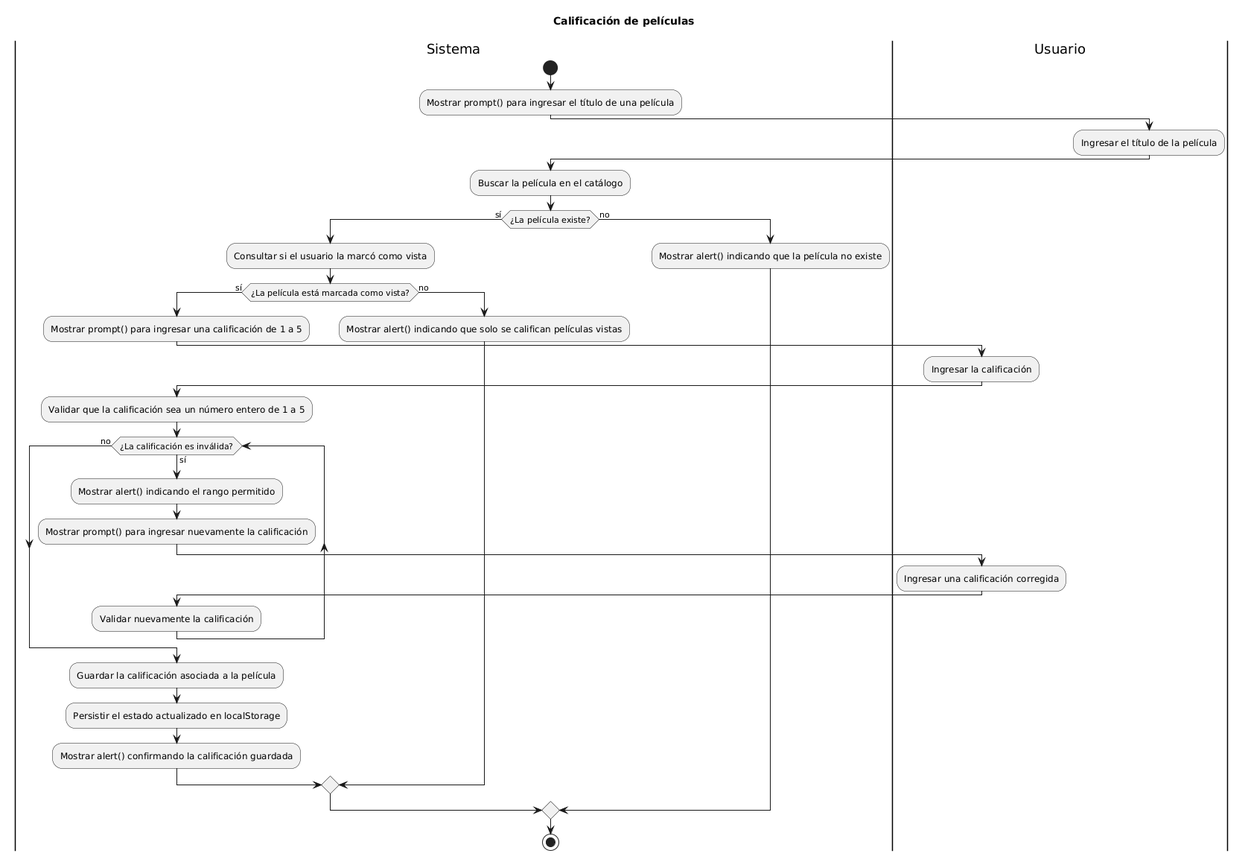
Before: docs/05-diagramas/01-diagrama-de-actividades/actividad-flujo-4-calificacion.png, a diagram exported from PlantUML (keviineze/proyecto-web-peliculas). Source of this version:
```plantuml
@startuml
title Calificación de películas

|Sistema|
start
:Mostrar prompt() para ingresar el título de una película;
|Usuario|
:Ingresar el título de la película;
|Sistema|
:Buscar la película en el catálogo;
if (¿La película existe?) then (sí)
  :Consultar si el usuario la marcó como vista;
  if (¿La película está marcada como vista?) then (sí)
    :Mostrar prompt() para ingresar una calificación de 1 a 5;
    |Usuario|
    :Ingresar la calificación;
    |Sistema|
    :Validar que la calificación sea un número entero de 1 a 5;
    while (¿La calificación es inválida?) is (sí)
      :Mostrar alert() indicando el rango permitido;
      :Mostrar prompt() para ingresar nuevamente la calificación;
      |Usuario|
      :Ingresar una calificación corregida;
      |Sistema|
      :Validar nuevamente la calificación;
    endwhile (no)
    :Guardar la calificación asociada a la película;
    :Persistir el estado actualizado en localStorage;
    :Mostrar alert() confirmando la calificación guardada;
  else (no)
    :Mostrar alert() indicando que solo se califican películas vistas;
  endif
else (no)
  :Mostrar alert() indicando que la película no existe;
endif
stop
@enduml
```
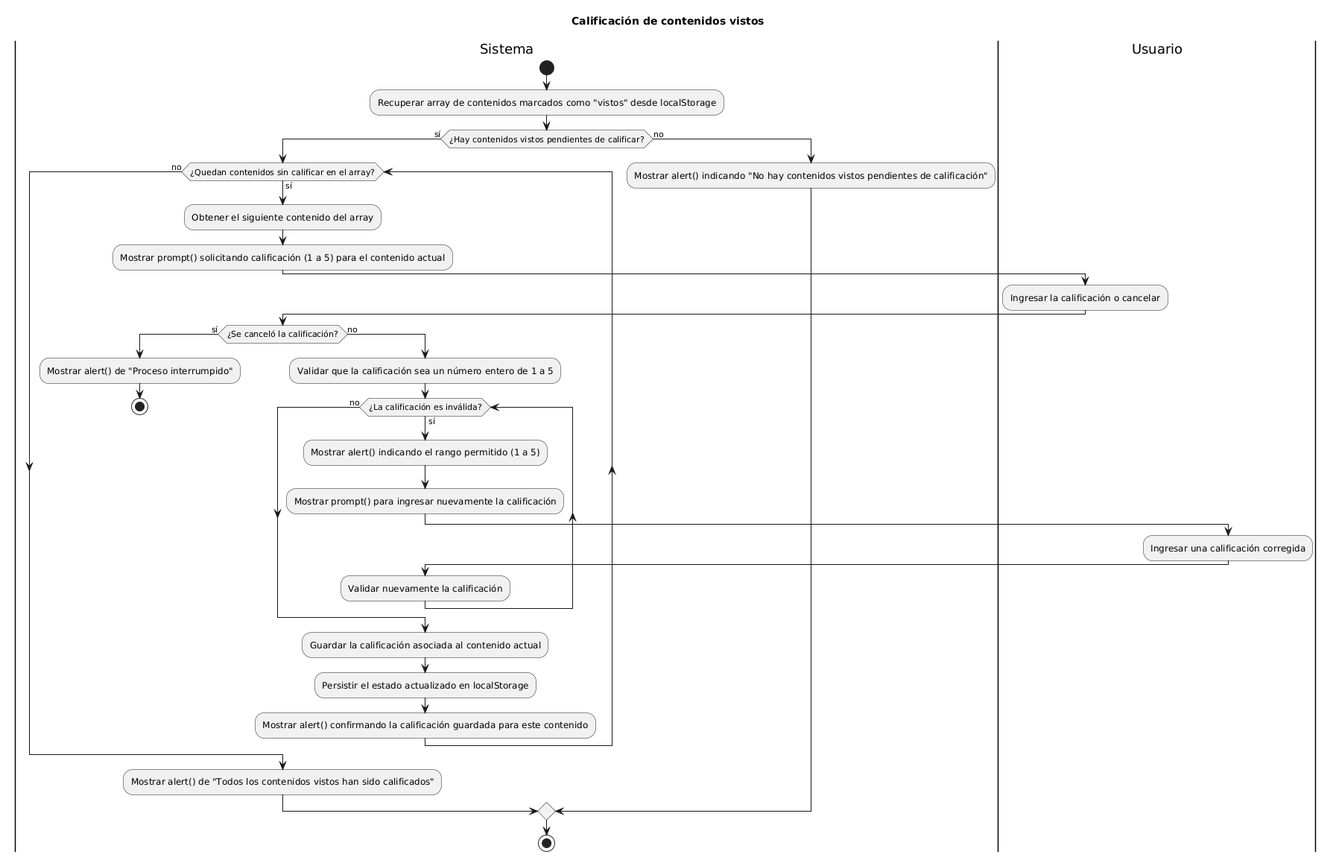
After the commit.

The edit, as a diff of the source:
```diff
@@ -1,37 +1,38 @@
 @startuml
-title Calificación de películas
+title Calificación de contenidos vistos
 
 |Sistema|
 start
-:Mostrar prompt() para ingresar el título de una película;
-|Usuario|
-:Ingresar el título de la película;
-|Sistema|
-:Buscar la película en el catálogo;
-if (¿La película existe?) then (sí)
-  :Consultar si el usuario la marcó como vista;
-  if (¿La película está marcada como vista?) then (sí)
-    :Mostrar prompt() para ingresar una calificación de 1 a 5;
+:Recuperar array de contenidos marcados como "vistos" desde localStorage;
+if (¿Hay contenidos vistos pendientes de calificar?) then (sí)
+
+  while (¿Quedan contenidos sin calificar en el array?) is (sí)
+    :Obtener el siguiente contenido del array;
+    :Mostrar prompt() solicitando calificación (1 a 5) para el contenido actual;
     |Usuario|
-    :Ingresar la calificación;
+    :Ingresar la calificación o cancelar;
     |Sistema|
-    :Validar que la calificación sea un número entero de 1 a 5;
-    while (¿La calificación es inválida?) is (sí)
-      :Mostrar alert() indicando el rango permitido;
-      :Mostrar prompt() para ingresar nuevamente la calificación;
-      |Usuario|
-      :Ingresar una calificación corregida;
-      |Sistema|
-      :Validar nuevamente la calificación;
-    endwhile (no)
-    :Guardar la calificación asociada a la película;
-    :Persistir el estado actualizado en localStorage;
-    :Mostrar alert() confirmando la calificación guardada;
-  else (no)
-    :Mostrar alert() indicando que solo se califican películas vistas;
-  endif
+    if (¿Se canceló la calificación?) then (sí)
+      :Mostrar alert() de "Proceso interrumpido";
+      stop
+    else (no)
+      :Validar que la calificación sea un número entero de 1 a 5;
+      while (¿La calificación es inválida?) is (sí)
+        :Mostrar alert() indicando el rango permitido (1 a 5);
+        :Mostrar prompt() para ingresar nuevamente la calificación;
+        |Usuario|
+        :Ingresar una calificación corregida;
+        |Sistema|
+        :Validar nuevamente la calificación;
+      endwhile (no)
+      :Guardar la calificación asociada al contenido actual;
+      :Persistir el estado actualizado en localStorage;
+      :Mostrar alert() confirmando la calificación guardada para este contenido;
+    endif
+  endwhile (no)
+  :Mostrar alert() de "Todos los contenidos vistos han sido calificados";
 else (no)
-  :Mostrar alert() indicando que la película no existe;
+  :Mostrar alert() indicando "No hay contenidos vistos pendientes de calificación";
 endif
 stop
 @enduml
```
